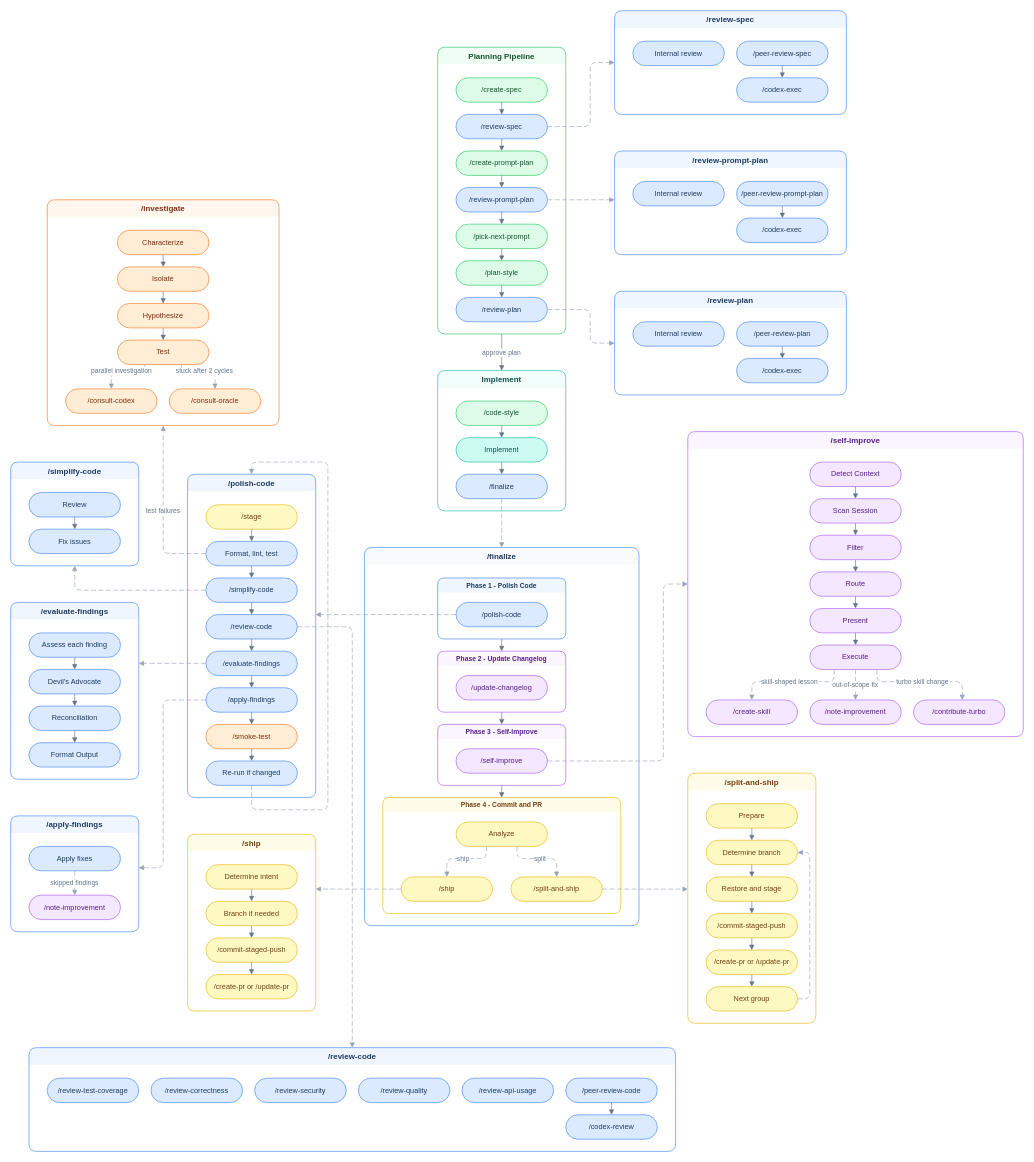
nathan-hayashi/turbo keeps this draw.io diagram as assets/how-skills-connect.drawio. Above is the earlier version. Source tidied: cells renumbered, new cells numbered last; positions are measured from the earlier drawing's top-left corner, leaving out a move shared by most shapes. Both pictures are drawn from the tidied source at 61%, with x=0, y=0 at pixel (10, 10).
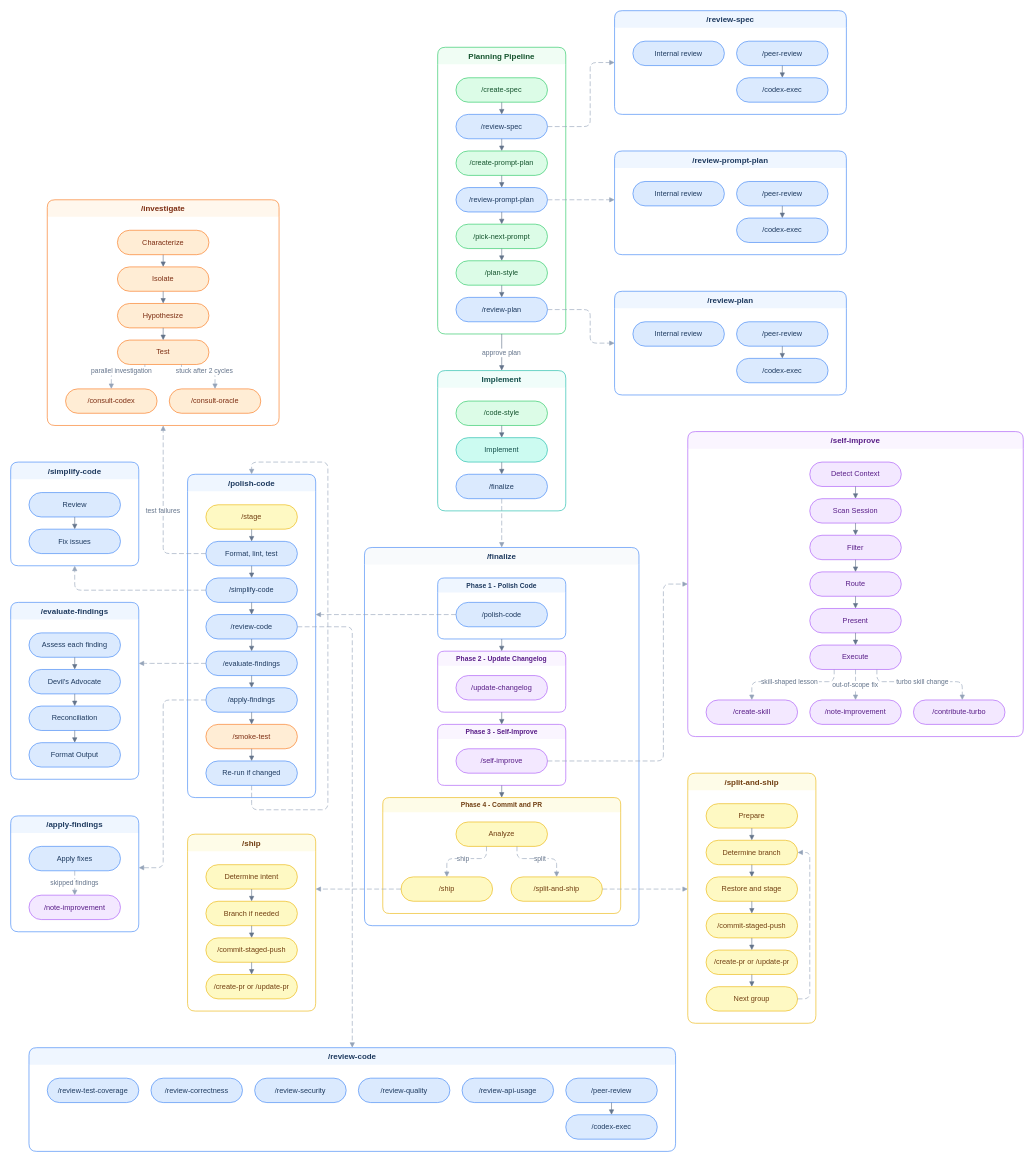
Above is the later version.

The change refers to these unchanged cells:
```xml
<mxCell id="71" value="/review-code" style="swimlane;startSize=28;rounded=1;fillColor=#eff6ff;strokeColor=#3b82f6;fontColor=#1e3a5f;fontStyle=1;fontSize=13;swimlaneLine=0;" parent="1" vertex="1">
  <mxGeometry x="30" y="1700" width="1060" height="170" as="geometry" />
</mxCell>
<mxCell id="120" value="/review-spec" style="swimlane;startSize=28;rounded=1;fillColor=#eff6ff;strokeColor=#3b82f6;fontColor=#1e3a5f;fontStyle=1;fontSize=13;swimlaneLine=0;" parent="1" vertex="1">
  <mxGeometry x="990" width="380" height="170" as="geometry" />
</mxCell>
<mxCell id="126" value="/review-prompt-plan" style="swimlane;startSize=28;rounded=1;fillColor=#eff6ff;strokeColor=#3b82f6;fontColor=#1e3a5f;fontStyle=1;fontSize=13;swimlaneLine=0;" parent="1" vertex="1">
  <mxGeometry x="990" y="230" width="380" height="170" as="geometry" />
</mxCell>
<mxCell id="132" value="/review-plan" style="swimlane;startSize=28;rounded=1;fillColor=#eff6ff;strokeColor=#3b82f6;fontColor=#1e3a5f;fontStyle=1;fontSize=13;swimlaneLine=0;" parent="1" vertex="1">
  <mxGeometry x="990" y="460" width="380" height="170" as="geometry" />
</mxCell>
```

The edit, as a diff of the source:
```diff
@@
-    <mxCell id="77" value="/peer-review-code" style="rounded=1;whiteSpace=wrap;html=1;arcSize=50;fillColor=#dbeafe;strokeColor=#3b82f6;fontColor=#1e3a5f;fontSize=12;" parent="71" vertex="1">
+    <mxCell id="77" value="/peer-review" style="rounded=1;whiteSpace=wrap;html=1;arcSize=50;fillColor=#dbeafe;strokeColor=#3b82f6;fontColor=#1e3a5f;fontSize=12;" parent="71" vertex="1">
       <mxGeometry x="880" y="50" width="150" height="40" as="geometry" />
     </mxCell>
-    <mxCell id="78" value="/codex-review" style="rounded=1;whiteSpace=wrap;html=1;arcSize=50;fillColor=#dbeafe;strokeColor=#3b82f6;fontColor=#1e3a5f;fontSize=12;" parent="71" vertex="1">
+    <mxCell id="78" value="/codex-exec" style="rounded=1;whiteSpace=wrap;html=1;arcSize=50;fillColor=#dbeafe;strokeColor=#3b82f6;fontColor=#1e3a5f;fontSize=12;" parent="71" vertex="1">
       <mxGeometry x="880" y="110" width="150" height="40" as="geometry" />
     </mxCell>
@@
-    <mxCell id="122" value="/peer-review-spec" style="rounded=1;whiteSpace=wrap;html=1;arcSize=50;fillColor=#dbeafe;strokeColor=#3b82f6;fontColor=#1e3a5f;fontSize=12;" parent="120" vertex="1">
+    <mxCell id="122" value="/peer-review" style="rounded=1;whiteSpace=wrap;html=1;arcSize=50;fillColor=#dbeafe;strokeColor=#3b82f6;fontColor=#1e3a5f;fontSize=12;" parent="120" vertex="1">
       <mxGeometry x="200" y="50" width="150" height="40" as="geometry" />
     </mxCell>
@@
-    <mxCell id="128" value="/peer-review-prompt-plan" style="rounded=1;whiteSpace=wrap;html=1;arcSize=50;fillColor=#dbeafe;strokeColor=#3b82f6;fontColor=#1e3a5f;fontSize=12;" parent="126" vertex="1">
+    <mxCell id="128" value="/peer-review" style="rounded=1;whiteSpace=wrap;html=1;arcSize=50;fillColor=#dbeafe;strokeColor=#3b82f6;fontColor=#1e3a5f;fontSize=12;" parent="126" vertex="1">
       <mxGeometry x="200" y="50" width="150" height="40" as="geometry" />
     </mxCell>
@@
-    <mxCell id="134" value="/peer-review-plan" style="rounded=1;whiteSpace=wrap;html=1;arcSize=50;fillColor=#dbeafe;strokeColor=#3b82f6;fontColor=#1e3a5f;fontSize=12;" parent="132" vertex="1">
+    <mxCell id="134" value="/peer-review" style="rounded=1;whiteSpace=wrap;html=1;arcSize=50;fillColor=#dbeafe;strokeColor=#3b82f6;fontColor=#1e3a5f;fontSize=12;" parent="132" vertex="1">
       <mxGeometry x="200" y="50" width="150" height="40" as="geometry" />
     </mxCell>
```
